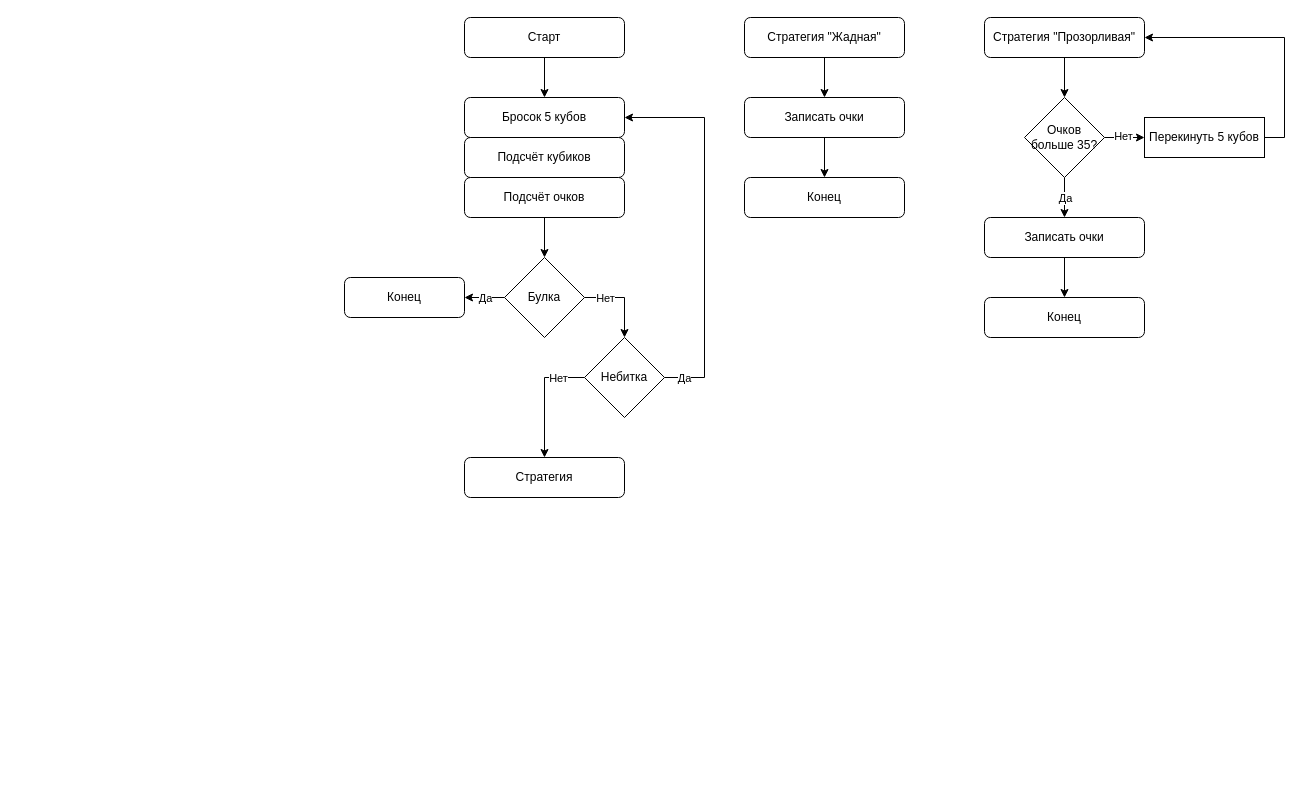
This is docs/Схема.drawio from mrTyom/Cubes, a draw.io file, before an edit. Source tidied: cells renumbered, new cells numbered last; positions are measured from the earlier drawing's top-left corner, leaving out a move shared by most shapes. Both pictures are drawn from the tidied source at 100%, with x=0, y=0 at pixel (344, 17).
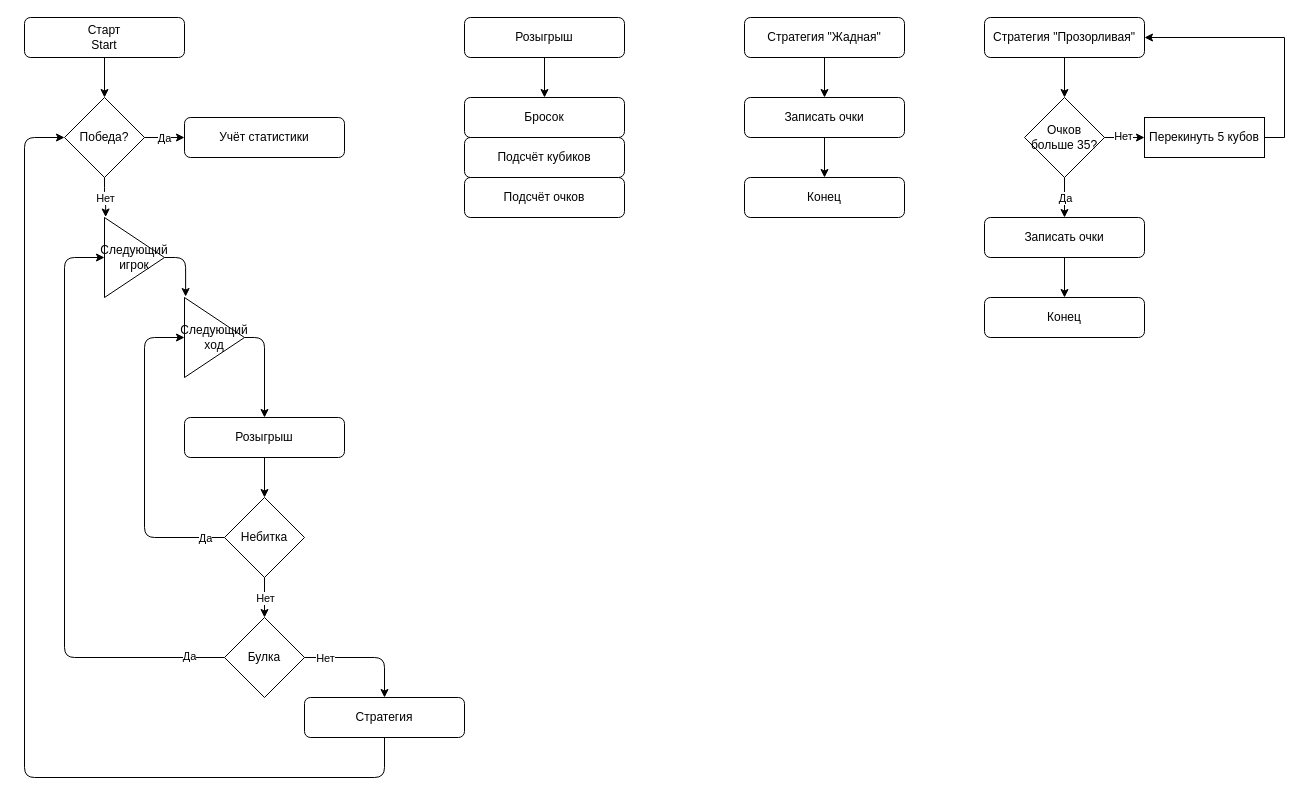
The same page after the edit.

The change refers to these unchanged cells:
```xml
<mxCell id="37" value="Подсчёт очков" style="rounded=1;whiteSpace=wrap;html=1;" parent="1" vertex="1">
  <mxGeometry x="120" y="160" width="160" height="40" as="geometry" />
</mxCell>
```

The edit, as a diff of the source:
```diff
@@
-    <mxCell id="3" value="Старт" style="rounded=1;whiteSpace=wrap;html=1;" parent="1" vertex="1">
+    <mxCell id="3" value="Розыгрыш" style="rounded=1;whiteSpace=wrap;html=1;" parent="1" vertex="1">
       <mxGeometry x="120" width="160" height="40" as="geometry" />
     </mxCell>
-    <mxCell id="4" value="Бросок 5 кубов" style="rounded=1;whiteSpace=wrap;html=1;" parent="1" vertex="1">
+    <mxCell id="4" value="Бросок" style="rounded=1;whiteSpace=wrap;html=1;" parent="1" vertex="1">
       <mxGeometry x="120" y="80" width="160" height="40" as="geometry" />
     </mxCell>
-    <mxCell id="5" style="edgeStyle=orthogonalEdgeStyle;rounded=0;jettySize=auto;html=1;" parent="1" edge="1" source="9" target="10">
-      <mxGeometry relative="1" as="geometry" />
-    </mxCell>
-    <mxCell id="6" value="Да" style="edgeLabel;html=1;align=center;verticalAlign=middle;" parent="5" vertex="1">
-      <mxGeometry x="0.12" y="2" relative="1" as="geometry">
-        <mxPoint x="2" y="-2" as="offset" />
-      </mxGeometry>
-    </mxCell>
-    <mxCell id="7" style="edgeStyle=orthogonalEdgeStyle;rounded=0;jettySize=auto;html=1;exitX=1;exitY=0.5;exitDx=0;exitDy=0;" parent="1" edge="1" source="9" target="15">
-      <mxGeometry relative="1" as="geometry" />
-    </mxCell>
-    <mxCell id="8" value="Нет" style="edgeLabel;html=1;align=center;verticalAlign=middle;" parent="7" vertex="1">
-      <mxGeometry x="-0.62" y="-2" relative="1" as="geometry">
-        <mxPoint x="5" y="-2" as="offset" />
-      </mxGeometry>
-    </mxCell>
-    <mxCell id="9" value="Булка" style="rhombus;whiteSpace=wrap;html=1;" parent="1" vertex="1">
-      <mxGeometry x="160" y="240" width="80" height="80" as="geometry" />
-    </mxCell>
-    <mxCell id="10" value="Конец" style="rounded=1;whiteSpace=wrap;html=1;" parent="1" vertex="1">
-      <mxGeometry y="260" width="120" height="40" as="geometry" />
-    </mxCell>
-    <mxCell id="11" style="edgeStyle=orthogonalEdgeStyle;rounded=0;jettySize=auto;html=1;exitX=1;exitY=0.5;exitDx=0;exitDy=0;entryX=1;entryY=0.5;entryDx=0;entryDy=0;" parent="1" edge="1" source="15" target="4">
-      <mxGeometry relative="1" as="geometry">
-        <Array as="points">
-          <mxPoint x="360" y="360" />
-          <mxPoint x="360" y="100" />
-        </Array>
-      </mxGeometry>
-    </mxCell>
-    <mxCell id="12" value="Да" style="edgeLabel;html=1;align=center;verticalAlign=middle;" parent="11" vertex="1">
-      <mxGeometry x="-0.81" y="-2" relative="1" as="geometry">
-        <mxPoint x="-17" y="-2" as="offset" />
-      </mxGeometry>
-    </mxCell>
-    <mxCell id="13" style="edgeStyle=orthogonalEdgeStyle;rounded=0;jettySize=auto;html=1;exitX=0;exitY=0.5;exitDx=0;exitDy=0;entryX=0.5;entryY=0;entryDx=0;entryDy=0;" parent="1" edge="1" source="15" target="16">
-      <mxGeometry relative="1" as="geometry">
-        <Array as="points">
-          <mxPoint x="200" y="360" />
-        </Array>
-      </mxGeometry>
-    </mxCell>
-    <mxCell id="14" value="Нет" style="edgeLabel;html=1;align=center;verticalAlign=middle;" parent="13" vertex="1">
-      <mxGeometry x="-0.55" y="-2" relative="1" as="geometry">
-        <mxPoint y="2" as="offset" />
-      </mxGeometry>
-    </mxCell>
-    <mxCell id="15" value="Небитка" style="rhombus;whiteSpace=wrap;html=1;" parent="1" vertex="1">
-      <mxGeometry x="240" y="320" width="80" height="80" as="geometry" />
-    </mxCell>
-    <mxCell id="16" value="Стратегия" style="rounded=1;whiteSpace=wrap;html=1;" parent="1" vertex="1">
-      <mxGeometry x="120" y="440" width="160" height="40" as="geometry" />
-    </mxCell>
@@
-    <mxCell id="36" style="edgeStyle=none;html=1;exitX=0.5;exitY=1;exitDx=0;exitDy=0;entryX=0.5;entryY=0;entryDx=0;entryDy=0;" parent="1" edge="1" source="37" target="9">
-      <mxGeometry relative="1" as="geometry" />
-    </mxCell>
@@
+    <mxCell id="38" style="edgeStyle=orthogonalEdgeStyle;html=1;exitX=0.5;exitY=1;exitDx=0;exitDy=0;entryX=0.019;entryY=-0.006;entryDx=0;entryDy=0;entryPerimeter=0;" parent="1" edge="1" source="42" target="47">
+      <mxGeometry relative="1" as="geometry" />
+    </mxCell>
+    <mxCell id="39" value="Нет" style="edgeLabel;html=1;align=center;verticalAlign=middle;" parent="38" vertex="1">
+      <mxGeometry x="-0.49" y="-1" relative="1" as="geometry">
+        <mxPoint x="1" y="10" as="offset" />
+      </mxGeometry>
+    </mxCell>
+    <mxCell id="40" style="edgeStyle=none;html=1;entryX=0;entryY=0.5;entryDx=0;entryDy=0;" parent="1" edge="1" source="42" target="45">
+      <mxGeometry relative="1" as="geometry" />
+    </mxCell>
+    <mxCell id="41" value="Да" style="edgeLabel;html=1;align=center;verticalAlign=middle;" parent="40" vertex="1">
+      <mxGeometry x="-0.43" y="-1" relative="1" as="geometry">
+        <mxPoint x="8" y="-1" as="offset" />
+      </mxGeometry>
+    </mxCell>
+    <mxCell id="42" value="Победа?" style="rhombus;whiteSpace=wrap;html=1;" parent="1" vertex="1">
+      <mxGeometry x="-280" y="80" width="80" height="80" as="geometry" />
+    </mxCell>
+    <mxCell id="43" style="edgeStyle=none;html=1;exitX=0.5;exitY=1;exitDx=0;exitDy=0;entryX=0.5;entryY=0;entryDx=0;entryDy=0;" parent="1" edge="1" source="44" target="42">
+      <mxGeometry relative="1" as="geometry" />
+    </mxCell>
+    <mxCell id="44" value="Старт&lt;br&gt;Start" style="rounded=1;whiteSpace=wrap;html=1;" parent="1" vertex="1">
+      <mxGeometry x="-320" width="160" height="40" as="geometry" />
+    </mxCell>
+    <mxCell id="45" value="Учёт статистики" style="rounded=1;whiteSpace=wrap;html=1;" parent="1" vertex="1">
+      <mxGeometry x="-160" y="100" width="160" height="40" as="geometry" />
+    </mxCell>
+    <mxCell id="46" style="edgeStyle=orthogonalEdgeStyle;html=1;entryX=0.019;entryY=-0.012;entryDx=0;entryDy=0;entryPerimeter=0;" parent="1" edge="1" source="47" target="48">
+      <mxGeometry relative="1" as="geometry" />
+    </mxCell>
+    <mxCell id="47" value="Следующий игрок" style="triangle;whiteSpace=wrap;html=1;" parent="1" vertex="1">
+      <mxGeometry x="-240" y="200" width="60" height="80" as="geometry" />
+    </mxCell>
+    <mxCell id="48" value="Следующий ход" style="triangle;whiteSpace=wrap;html=1;" parent="1" vertex="1">
+      <mxGeometry x="-160" y="280" width="60" height="80" as="geometry" />
+    </mxCell>
+    <mxCell id="49" style="edgeStyle=orthogonalEdgeStyle;html=1;exitX=1;exitY=0.5;exitDx=0;exitDy=0;entryX=0.5;entryY=0;entryDx=0;entryDy=0;endArrow=classic;endFill=1;" parent="1" edge="1" source="48" target="51">
+      <mxGeometry relative="1" as="geometry" />
+    </mxCell>
+    <mxCell id="50" style="edgeStyle=orthogonalEdgeStyle;shape=connector;rounded=1;html=1;exitX=0.5;exitY=1;exitDx=0;exitDy=0;entryX=0.5;entryY=0;entryDx=0;entryDy=0;labelBackgroundColor=default;strokeColor=default;fontFamily=Helvetica;fontSize=11;fontColor=default;endArrow=classic;endFill=1;" parent="1" edge="1" source="51" target="15">
+      <mxGeometry relative="1" as="geometry" />
+    </mxCell>
+    <mxCell id="51" value="Розыгрыш" style="rounded=1;whiteSpace=wrap;html=1;" parent="1" vertex="1">
+      <mxGeometry x="-160" y="400" width="160" height="40" as="geometry" />
+    </mxCell>
+    <mxCell id="52" style="edgeStyle=orthogonalEdgeStyle;rounded=1;jettySize=auto;html=1;entryX=0;entryY=0.5;entryDx=0;entryDy=0;endFill=1;exitX=0;exitY=0.5;exitDx=0;exitDy=0;" parent="1" edge="1" source="9" target="47">
+      <mxGeometry relative="1" as="geometry">
+        <Array as="points">
+          <mxPoint x="-280" y="640" />
+          <mxPoint x="-280" y="240" />
+        </Array>
+      </mxGeometry>
+    </mxCell>
+    <mxCell id="53" value="Да" style="edgeLabel;html=1;align=center;verticalAlign=middle;fontSize=11;fontFamily=Helvetica;fontColor=default;" parent="52" vertex="1">
+      <mxGeometry x="-0.88" y="-2" relative="1" as="geometry" />
+    </mxCell>
+    <mxCell id="54" style="edgeStyle=orthogonalEdgeStyle;shape=connector;rounded=1;html=1;exitX=1;exitY=0.5;exitDx=0;exitDy=0;entryX=0.5;entryY=0;entryDx=0;entryDy=0;labelBackgroundColor=default;strokeColor=default;fontFamily=Helvetica;fontSize=11;fontColor=default;endArrow=classic;endFill=1;" parent="1" edge="1" source="9" target="16">
+      <mxGeometry relative="1" as="geometry" />
+    </mxCell>
+    <mxCell id="55" value="Нет" style="edgeLabel;html=1;align=center;verticalAlign=middle;fontSize=11;fontFamily=Helvetica;fontColor=default;" parent="54" vertex="1">
+      <mxGeometry x="-0.81" relative="1" as="geometry">
+        <mxPoint x="9" as="offset" />
+      </mxGeometry>
+    </mxCell>
+    <mxCell id="9" value="Булка" style="rhombus;whiteSpace=wrap;html=1;" parent="1" vertex="1">
+      <mxGeometry x="-120" y="600" width="80" height="80" as="geometry" />
+    </mxCell>
+    <mxCell id="56" style="edgeStyle=orthogonalEdgeStyle;rounded=1;jettySize=auto;html=1;exitX=0.5;exitY=1;exitDx=0;exitDy=0;entryX=0.5;entryY=0;entryDx=0;entryDy=0;endFill=1;" parent="1" edge="1" source="15" target="9">
+      <mxGeometry relative="1" as="geometry" />
+    </mxCell>
+    <mxCell id="57" value="Нет" style="edgeLabel;html=1;align=center;verticalAlign=middle;" parent="56" vertex="1">
+      <mxGeometry x="-0.55" y="-2" relative="1" as="geometry">
+        <mxPoint x="2" y="11" as="offset" />
+      </mxGeometry>
+    </mxCell>
+    <mxCell id="58" style="edgeStyle=orthogonalEdgeStyle;shape=connector;rounded=1;html=1;exitX=0;exitY=0.5;exitDx=0;exitDy=0;entryX=0;entryY=0.5;entryDx=0;entryDy=0;labelBackgroundColor=default;strokeColor=default;fontFamily=Helvetica;fontSize=11;fontColor=default;endArrow=classic;endFill=1;" parent="1" edge="1" source="15" target="48">
+      <mxGeometry relative="1" as="geometry">
+        <Array as="points">
+          <mxPoint x="-200" y="520" />
+          <mxPoint x="-200" y="320" />
+        </Array>
+      </mxGeometry>
+    </mxCell>
+    <mxCell id="59" value="Да" style="edgeLabel;html=1;align=center;verticalAlign=middle;fontSize=11;fontFamily=Helvetica;fontColor=default;" parent="58" vertex="1">
+      <mxGeometry x="-0.29" relative="1" as="geometry">
+        <mxPoint x="60" y="34" as="offset" />
+      </mxGeometry>
+    </mxCell>
+    <mxCell id="15" value="Небитка" style="rhombus;whiteSpace=wrap;html=1;" parent="1" vertex="1">
+      <mxGeometry x="-120" y="480" width="80" height="80" as="geometry" />
+    </mxCell>
+    <mxCell id="60" style="edgeStyle=orthogonalEdgeStyle;shape=connector;rounded=1;html=1;exitX=0.5;exitY=1;exitDx=0;exitDy=0;labelBackgroundColor=default;strokeColor=default;fontFamily=Helvetica;fontSize=11;fontColor=default;endArrow=classic;endFill=1;entryX=0;entryY=0.5;entryDx=0;entryDy=0;" parent="1" edge="1" source="16" target="42">
+      <mxGeometry relative="1" as="geometry">
+        <Array as="points">
+          <mxPoint x="40" y="760" />
+          <mxPoint x="-320" y="760" />
+          <mxPoint x="-320" y="120" />
+        </Array>
+      </mxGeometry>
+    </mxCell>
+    <mxCell id="16" value="Стратегия" style="rounded=1;whiteSpace=wrap;html=1;" parent="1" vertex="1">
+      <mxGeometry x="-40" y="680" width="160" height="40" as="geometry" />
+    </mxCell>
```
